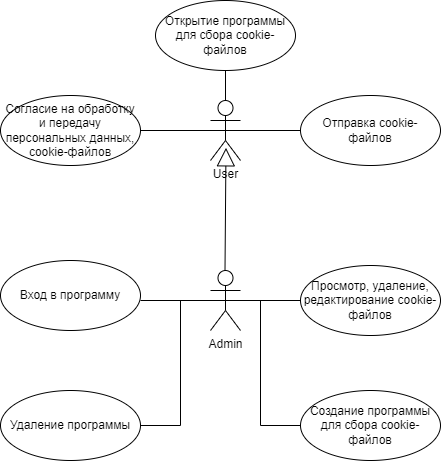
The draw.io diagram gang_of_crooks.drawio.png in puip34/base_gang_of_crooks, before a commit. Source tidied: cells renumbered, new cells last; positions are measured from the earlier drawing's top-left corner, leaving out a move shared by most shapes.
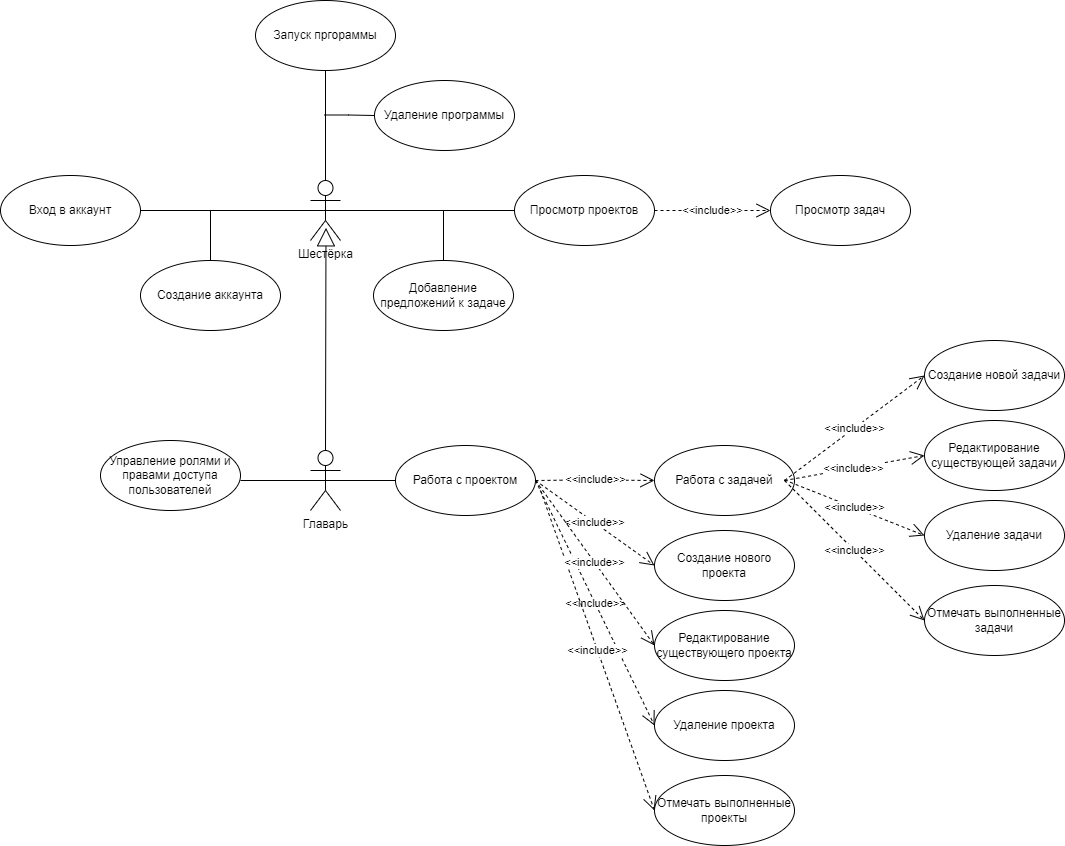
The same file after the commit.

Diff of the diagram source:
```diff
@@ -2,77 +2,165 @@
   <root>
     <mxCell id="0" />
     <mxCell id="1" parent="0" />
-    <mxCell id="2" value="Admin" style="shape=umlActor;verticalLabelPosition=bottom;verticalAlign=top;html=1;" parent="1" vertex="1">
-      <mxGeometry x="210" y="270" width="30" height="60" as="geometry" />
+    <mxCell id="2" value="Главарь" style="shape=umlActor;verticalLabelPosition=bottom;verticalAlign=top;html=1;" parent="1" vertex="1">
+      <mxGeometry x="210" y="370" width="30" height="60" as="geometry" />
     </mxCell>
-    <mxCell id="3" value="User" style="shape=umlActor;verticalLabelPosition=bottom;verticalAlign=top;html=1;" parent="1" vertex="1">
+    <mxCell id="3" value="Шестёрка" style="shape=umlActor;verticalLabelPosition=bottom;verticalAlign=top;html=1;" parent="1" vertex="1">
       <mxGeometry x="210" y="100" width="30" height="60" as="geometry" />
     </mxCell>
-    <mxCell id="4" style="endArrow=block;endSize=16;endFill=0;html=1;rounded=0;entryX=0.533;entryY=0.789;entryDx=0;entryDy=0;entryPerimeter=0;" parent="1" edge="1">
+    <mxCell id="4" style="endArrow=block;endSize=16;endFill=0;html=1;rounded=0;entryX=0.533;entryY=0.789;entryDx=0;entryDy=0;entryPerimeter=0;exitX=0.5;exitY=0;exitDx=0;exitDy=0;exitPerimeter=0;" parent="1" edge="1" source="2">
       <mxGeometry relative="1" as="geometry">
-        <mxPoint x="224.5" y="270" as="sourcePoint" />
         <mxPoint x="225.5" y="147.3" as="targetPoint" />
       </mxGeometry>
     </mxCell>
-    <mxCell id="5" value="Согласие на обработку и передачу персональных данных, cookie-файлов" style="ellipse;whiteSpace=wrap;html=1;" parent="1" vertex="1">
-      <mxGeometry y="95" width="140" height="70" as="geometry" />
+    <mxCell id="5" value="Вход в аккаунт" style="ellipse;whiteSpace=wrap;html=1;" parent="1" vertex="1">
+      <mxGeometry x="-100" y="95" width="140" height="70" as="geometry" />
     </mxCell>
-    <mxCell id="6" value="Отправка cookie-файлов" style="ellipse;whiteSpace=wrap;html=1;" parent="1" vertex="1">
-      <mxGeometry x="300" y="95" width="140" height="70" as="geometry" />
+    <mxCell id="6" value="Просмотр проектов" style="ellipse;whiteSpace=wrap;html=1;" parent="1" vertex="1">
+      <mxGeometry x="414" y="95" width="140" height="70" as="geometry" />
     </mxCell>
-    <mxCell id="7" value="Вход в программу" style="ellipse;whiteSpace=wrap;html=1;" parent="1" vertex="1">
-      <mxGeometry y="260" width="140" height="70" as="geometry" />
+    <mxCell id="7" value="Управление ролями и правами доступа пользователей" style="ellipse;whiteSpace=wrap;html=1;" parent="1" vertex="1">
+      <mxGeometry y="360" width="140" height="70" as="geometry" />
     </mxCell>
-    <mxCell id="8" value="Просмотр, удаление, редактирование cookie-файлов" style="ellipse;whiteSpace=wrap;html=1;" parent="1" vertex="1">
-      <mxGeometry x="300" y="265" width="140" height="70" as="geometry" />
+    <mxCell id="8" value="Работа с задачей" style="ellipse;whiteSpace=wrap;html=1;" parent="1" vertex="1">
+      <mxGeometry x="554" y="365" width="140" height="70" as="geometry" />
     </mxCell>
-    <mxCell id="9" value="Создание программы для сбора cookie-файлов" style="ellipse;whiteSpace=wrap;html=1;" parent="1" vertex="1">
-      <mxGeometry x="300" y="390" width="140" height="70" as="geometry" />
-    </mxCell>
-    <mxCell id="10" value="Удаление программы" style="ellipse;whiteSpace=wrap;html=1;" parent="1" vertex="1">
-      <mxGeometry y="390" width="140" height="70" as="geometry" />
-    </mxCell>
+    <mxCell id="19" style="edgeStyle=orthogonalEdgeStyle;rounded=0;orthogonalLoop=1;jettySize=auto;html=1;exitX=1;exitY=0.5;exitDx=0;exitDy=0;" parent="1" edge="1">
+      <mxGeometry relative="1" as="geometry">
+        <mxPoint x="440" y="400" as="sourcePoint" />
+        <mxPoint x="440.5" y="399.9" as="targetPoint" />
+      </mxGeometry>
+    </mxCell>
     <mxCell id="11" style="endArrow=none;html=1;rounded=0;exitX=0.5;exitY=0.5;exitDx=0;exitDy=0;exitPerimeter=0;" parent="1" edge="1" source="2">
       <mxGeometry relative="1" as="geometry">
-        <mxPoint x="300" y="300" as="targetPoint" />
+        <mxPoint x="300" y="400" as="targetPoint" />
       </mxGeometry>
     </mxCell>
     <mxCell id="12" style="endArrow=none;html=1;rounded=0;entryX=0.5;entryY=0.5;entryDx=0;entryDy=0;entryPerimeter=0;" parent="1" edge="1" target="2">
       <mxGeometry relative="1" as="geometry">
-        <mxPoint x="140" y="300" as="sourcePoint" />
+        <mxPoint x="140" y="400" as="sourcePoint" />
       </mxGeometry>
     </mxCell>
-    <mxCell id="13" style="endArrow=none;html=1;rounded=0;exitX=1;exitY=0.5;exitDx=0;exitDy=0;" parent="1" edge="1">
-      <mxGeometry relative="1" as="geometry">
-        <mxPoint x="140" y="425" as="sourcePoint" />
-        <mxPoint x="180" y="300" as="targetPoint" />
-        <Array as="points">
-          <mxPoint x="180" y="425" />
-        </Array>
-      </mxGeometry>
-    </mxCell>
-    <mxCell id="14" style="endArrow=none;html=1;rounded=0;exitX=0;exitY=0.5;exitDx=0;exitDy=0;" parent="1" edge="1">
-      <mxGeometry relative="1" as="geometry">
-        <mxPoint x="300" y="425" as="sourcePoint" />
-        <mxPoint x="260" y="300" as="targetPoint" />
-        <Array as="points">
-          <mxPoint x="260" y="425" />
-        </Array>
-      </mxGeometry>
-    </mxCell>
     <mxCell id="15" style="endArrow=none;html=1;rounded=0;entryX=0.5;entryY=0.5;entryDx=0;entryDy=0;entryPerimeter=0;" parent="1" edge="1" source="5" target="3">
       <mxGeometry relative="1" as="geometry" />
     </mxCell>
-    <mxCell id="16" style="endArrow=none;html=1;rounded=0;exitX=0.5;exitY=0.5;exitDx=0;exitDy=0;exitPerimeter=0;" parent="1" edge="1" source="3">
-      <mxGeometry relative="1" as="geometry">
-        <mxPoint x="300" y="130" as="targetPoint" />
-      </mxGeometry>
+    <mxCell id="16" style="endArrow=none;html=1;rounded=0;exitX=0.5;exitY=0.5;exitDx=0;exitDy=0;exitPerimeter=0;entryX=0;entryY=0.5;entryDx=0;entryDy=0;" parent="1" edge="1" source="3" target="6">
+      <mxGeometry relative="1" as="geometry" />
     </mxCell>
-    <mxCell id="17" style="endArrow=none;html=1;rounded=0;exitX=0.5;exitY=0;exitDx=0;exitDy=0;exitPerimeter=0;entryX=0.5;entryY=1;entryDx=0;entryDy=0;" parent="1" edge="1" source="3" target="18">
-      <mxGeometry relative="1" as="geometry" />
+    <mxCell id="17" style="endArrow=none;html=1;rounded=0;exitX=0.5;exitY=0;exitDx=0;exitDy=0;exitPerimeter=0;" parent="1" edge="1" source="3">
+      <mxGeometry relative="1" as="geometry">
+        <mxPoint x="225" y="-40" as="targetPoint" />
+        <Array as="points">
+          <mxPoint x="225" y="-40" />
+        </Array>
+      </mxGeometry>
     </mxCell>
-    <mxCell id="18" value="Открытие программы для сбора cookie-файлов" style="ellipse;whiteSpace=wrap;html=1;" parent="1" vertex="1">
-      <mxGeometry x="155" width="140" height="70" as="geometry" />
+    <mxCell id="18" value="Удаление программы" style="ellipse;whiteSpace=wrap;html=1;" parent="1" vertex="1">
+      <mxGeometry x="274" width="140" height="70" as="geometry" />
     </mxCell>
+    <mxCell id="20" style="endArrow=none;html=1;rounded=0;" parent="1" edge="1">
+      <mxGeometry relative="1" as="geometry">
+        <mxPoint x="110" y="180" as="sourcePoint" />
+        <mxPoint x="110" y="130" as="targetPoint" />
+      </mxGeometry>
+    </mxCell>
+    <mxCell id="21" value="Создание аккаунта" style="ellipse;whiteSpace=wrap;html=1;" parent="1" vertex="1">
+      <mxGeometry x="40" y="180" width="140" height="70" as="geometry" />
+    </mxCell>
+    <mxCell id="22" style="endArrow=none;html=1;rounded=0;exitX=0;exitY=0.5;exitDx=0;exitDy=0;" parent="1" edge="1" source="18">
+      <mxGeometry relative="1" as="geometry">
+        <mxPoint x="224" y="34.5" as="targetPoint" />
+        <Array as="points">
+          <mxPoint x="248" y="34.5" />
+        </Array>
+      </mxGeometry>
+    </mxCell>
+    <mxCell id="23" value="Запуск пргораммы" style="ellipse;whiteSpace=wrap;html=1;" parent="1" vertex="1">
+      <mxGeometry x="155" y="-80" width="140" height="70" as="geometry" />
+    </mxCell>
+    <mxCell id="24" value="&amp;lt;&amp;lt;include&amp;gt;&amp;gt;" style="endArrow=open;endSize=12;dashed=1;html=1;rounded=0;entryX=0;entryY=0.5;entryDx=0;entryDy=0;" parent="1" edge="1" target="29">
+      <mxGeometry relative="1" as="geometry">
+        <mxPoint x="684" y="399.5" as="sourcePoint" />
+      </mxGeometry>
+    </mxCell>
+    <mxCell id="25" value="&amp;lt;&amp;lt;include&amp;gt;&amp;gt;" style="endArrow=open;endSize=12;dashed=1;html=1;rounded=0;entryX=0;entryY=0.5;entryDx=0;entryDy=0;" parent="1" edge="1" target="31">
+      <mxGeometry relative="1" as="geometry">
+        <mxPoint x="684" y="400" as="sourcePoint" />
+      </mxGeometry>
+    </mxCell>
+    <mxCell id="26" value="&amp;lt;&amp;lt;include&amp;gt;&amp;gt;" style="endArrow=open;endSize=12;dashed=1;html=1;rounded=0;entryX=0;entryY=0.5;entryDx=0;entryDy=0;" parent="1" edge="1" target="28">
+      <mxGeometry relative="1" as="geometry">
+        <mxPoint x="684" y="400" as="sourcePoint" />
+      </mxGeometry>
+    </mxCell>
+    <mxCell id="27" value="&amp;lt;&amp;lt;include&amp;gt;&amp;gt;" style="endArrow=open;endSize=12;dashed=1;html=1;rounded=0;entryX=0;entryY=0.5;entryDx=0;entryDy=0;" parent="1" edge="1" target="30">
+      <mxGeometry relative="1" as="geometry">
+        <mxPoint x="684" y="400" as="sourcePoint" />
+      </mxGeometry>
+    </mxCell>
+    <mxCell id="28" value="Отмечать выполненные задачи" style="ellipse;whiteSpace=wrap;html=1;" parent="1" vertex="1">
+      <mxGeometry x="824" y="505" width="140" height="70" as="geometry" />
+    </mxCell>
+    <mxCell id="29" value="Удаление задачи" style="ellipse;whiteSpace=wrap;html=1;" parent="1" vertex="1">
+      <mxGeometry x="824" y="420" width="140" height="70" as="geometry" />
+    </mxCell>
+    <mxCell id="30" value="Редактирование существующей задачи" style="ellipse;whiteSpace=wrap;html=1;" parent="1" vertex="1">
+      <mxGeometry x="824" y="340" width="140" height="70" as="geometry" />
+    </mxCell>
+    <mxCell id="31" value="Создание новой задачи" style="ellipse;whiteSpace=wrap;html=1;" parent="1" vertex="1">
+      <mxGeometry x="824" y="260" width="140" height="70" as="geometry" />
+    </mxCell>
+    <mxCell id="32" value="Добавление предложений к задаче" style="ellipse;whiteSpace=wrap;html=1;" parent="1" vertex="1">
+      <mxGeometry x="273" y="180" width="140" height="70" as="geometry" />
+    </mxCell>
+    <mxCell id="33" style="endArrow=none;html=1;rounded=0;entryX=0.5;entryY=0;entryDx=0;entryDy=0;" parent="1" edge="1" target="32">
+      <mxGeometry relative="1" as="geometry">
+        <mxPoint x="343" y="130" as="sourcePoint" />
+      </mxGeometry>
+    </mxCell>
+    <mxCell id="34" value="&amp;lt;&amp;lt;include&amp;gt;&amp;gt;" style="endArrow=open;endSize=12;dashed=1;html=1;rounded=0;exitX=1;exitY=0.5;exitDx=0;exitDy=0;" parent="1" edge="1" source="6">
+      <mxGeometry relative="1" as="geometry">
+        <mxPoint x="670" y="130" as="targetPoint" />
+      </mxGeometry>
+    </mxCell>
+    <mxCell id="35" value="Просмотр задач" style="ellipse;whiteSpace=wrap;html=1;" parent="1" vertex="1">
+      <mxGeometry x="670" y="95" width="140" height="70" as="geometry" />
+    </mxCell>
+    <mxCell id="36" value="&amp;lt;&amp;lt;include&amp;gt;&amp;gt;" style="endArrow=open;endSize=12;dashed=1;html=1;rounded=0;exitX=1;exitY=0.5;exitDx=0;exitDy=0;entryX=0;entryY=0.5;entryDx=0;entryDy=0;" parent="1" edge="1" source="37" target="8">
+      <mxGeometry relative="1" as="geometry">
+        <Array as="points">
+          <mxPoint x="486" y="399.4" />
+        </Array>
+      </mxGeometry>
+    </mxCell>
+    <mxCell id="37" value="Работа с проектом" style="ellipse;whiteSpace=wrap;html=1;" parent="1" vertex="1">
+      <mxGeometry x="295" y="365" width="140" height="70" as="geometry" />
+    </mxCell>
+    <mxCell id="38" value="&amp;lt;&amp;lt;include&amp;gt;&amp;gt;" style="endArrow=open;endSize=12;dashed=1;html=1;rounded=0;entryX=0;entryY=0.5;entryDx=0;entryDy=0;exitX=1;exitY=0.5;exitDx=0;exitDy=0;" parent="1" edge="1" source="37" target="43">
+      <mxGeometry relative="1" as="geometry" />
+    </mxCell>
+    <mxCell id="39" value="&amp;lt;&amp;lt;include&amp;gt;&amp;gt;" style="endArrow=open;endSize=12;dashed=1;html=1;rounded=0;entryX=0;entryY=0.5;entryDx=0;entryDy=0;exitX=1;exitY=0.5;exitDx=0;exitDy=0;" parent="1" edge="1" source="37" target="45">
+      <mxGeometry relative="1" as="geometry" />
+    </mxCell>
+    <mxCell id="40" value="&amp;lt;&amp;lt;include&amp;gt;&amp;gt;" style="endArrow=open;endSize=12;dashed=1;html=1;rounded=0;entryX=0;entryY=0.5;entryDx=0;entryDy=0;" parent="1" edge="1" target="42">
+      <mxGeometry relative="1" as="geometry">
+        <mxPoint x="440" y="410" as="sourcePoint" />
+      </mxGeometry>
+    </mxCell>
+    <mxCell id="41" value="&amp;lt;&amp;lt;include&amp;gt;&amp;gt;" style="endArrow=open;endSize=12;dashed=1;html=1;rounded=0;entryX=0;entryY=0.5;entryDx=0;entryDy=0;exitX=1;exitY=0.5;exitDx=0;exitDy=0;" parent="1" edge="1" source="37" target="44">
+      <mxGeometry relative="1" as="geometry" />
+    </mxCell>
+    <mxCell id="42" value="Отмечать выполненные проекты" style="ellipse;whiteSpace=wrap;html=1;" parent="1" vertex="1">
+      <mxGeometry x="554" y="695" width="140" height="70" as="geometry" />
+    </mxCell>
+    <mxCell id="43" value="Удаление проекта" style="ellipse;whiteSpace=wrap;html=1;" parent="1" vertex="1">
+      <mxGeometry x="554" y="610" width="140" height="70" as="geometry" />
+    </mxCell>
+    <mxCell id="44" value="Редактирование существующего проекта" style="ellipse;whiteSpace=wrap;html=1;" parent="1" vertex="1">
+      <mxGeometry x="554" y="530" width="140" height="70" as="geometry" />
+    </mxCell>
+    <mxCell id="45" value="Создание нового проекта" style="ellipse;whiteSpace=wrap;html=1;" parent="1" vertex="1">
+      <mxGeometry x="554" y="450" width="140" height="70" as="geometry" />
+    </mxCell>
   </root>
 </mxGraphModel>
```
